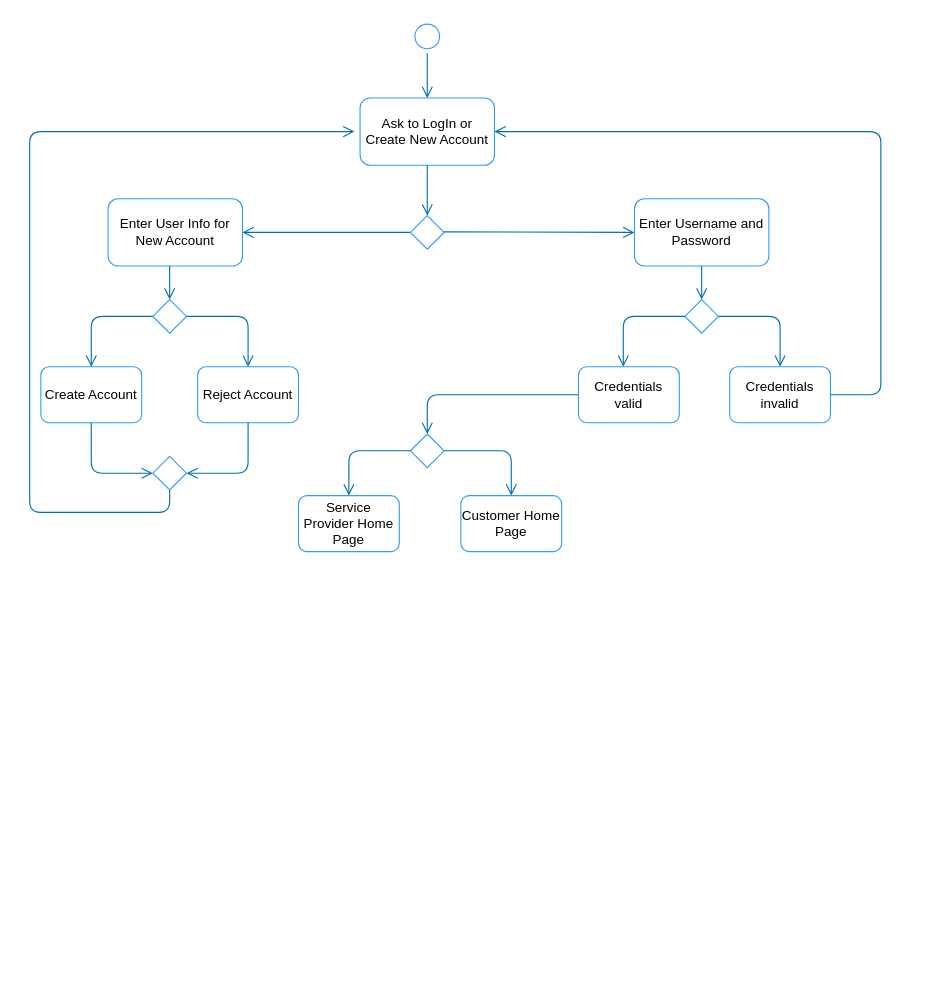
The draw.io diagram ActivityDia.drawio in schurch82/High-Five-Star, before the edit. Source tidied: cells renumbered, new cells numbered last; positions are measured from the earlier drawing's top-left corner, leaving out a move shared by most shapes. Both pictures are drawn from the tidied source at 112%, with x=0, y=0 at pixel (29, 19).
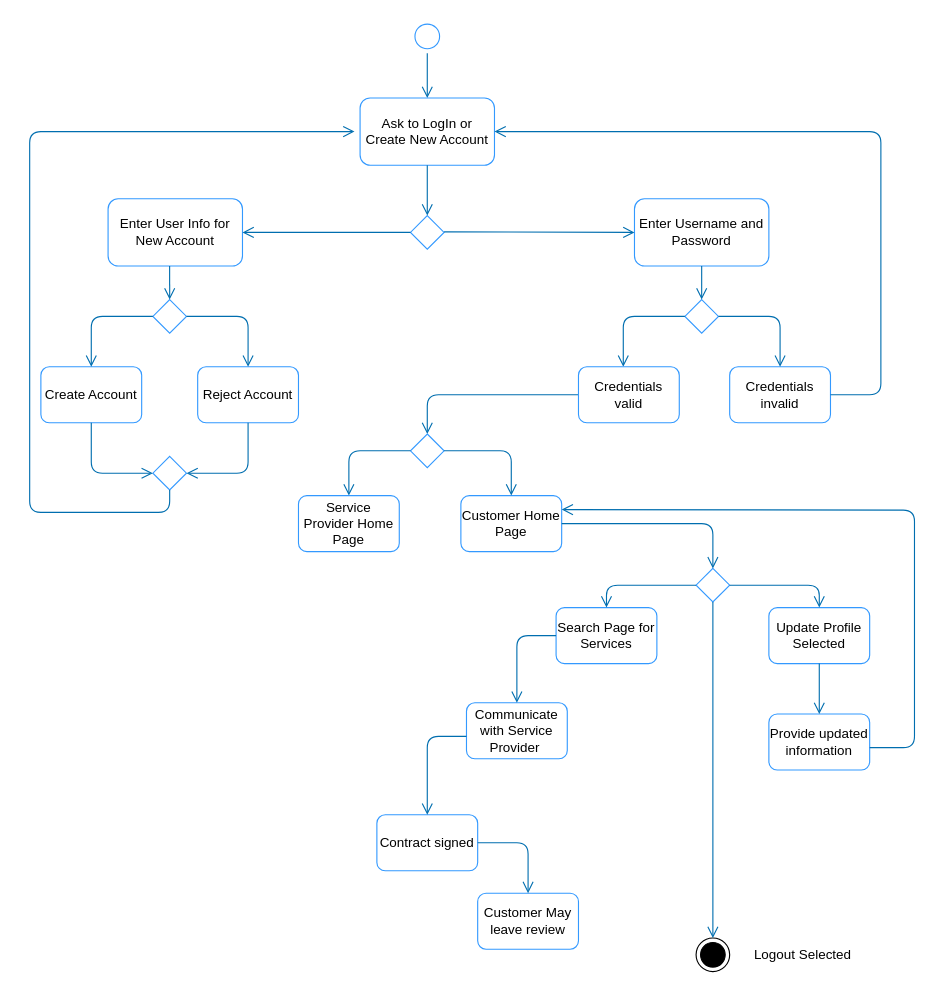
After the change.

Commit message:
Adds Customer activity flow

The change refers to these unchanged cells:
```xml
<mxCell id="30" value="Customer Home Page" style="rounded=1;whiteSpace=wrap;html=1;strokeColor=#3399FF;" parent="1" vertex="1">
  <mxGeometry x="385" y="425" width="90" height="50" as="geometry" />
</mxCell>
```

Change to the diagram source:
```diff
@@
+    <mxCell id="34" style="rhombus;strokeColor=#3399FF;" parent="1" vertex="1">
+      <mxGeometry x="595" y="490" width="30" height="30" as="geometry" />
+    </mxCell>
+    <mxCell id="35" style="endArrow=open;startArrow=none;endFill=0;startFill=0;endSize=8;html=1;verticalAlign=bottom;labelBackgroundColor=none;strokeWidth=1;fillColor=#1ba1e2;strokeColor=#006EAF;exitX=1;exitY=0.5;exitDx=0;exitDy=0;entryX=0.5;entryY=0;entryDx=0;entryDy=0;" parent="1" edge="1" source="30" target="34">
+      <mxGeometry relative="1" as="geometry">
+        <Array as="points">
+          <mxPoint x="610" y="450" />
+        </Array>
+      </mxGeometry>
+    </mxCell>
+    <mxCell id="36" value="Search Page for Services" style="rounded=1;whiteSpace=wrap;html=1;strokeColor=#3399FF;" parent="1" vertex="1">
+      <mxGeometry x="470" y="525" width="90" height="50" as="geometry" />
+    </mxCell>
+    <mxCell id="37" value="Communicate with Service Provider&amp;nbsp;" style="rounded=1;whiteSpace=wrap;html=1;strokeColor=#3399FF;" parent="1" vertex="1">
+      <mxGeometry x="390" y="610" width="90" height="50" as="geometry" />
+    </mxCell>
+    <mxCell id="38" value="Contract signed" style="rounded=1;whiteSpace=wrap;html=1;strokeColor=#3399FF;" parent="1" vertex="1">
+      <mxGeometry x="310" y="710" width="90" height="50" as="geometry" />
+    </mxCell>
+    <mxCell id="39" style="endArrow=open;startArrow=none;endFill=0;startFill=0;endSize=8;html=1;verticalAlign=bottom;labelBackgroundColor=none;strokeWidth=1;fillColor=#1ba1e2;strokeColor=#006EAF;exitX=0;exitY=0.5;exitDx=0;exitDy=0;entryX=0.5;entryY=0;entryDx=0;entryDy=0;" parent="1" edge="1" source="34" target="36">
+      <mxGeometry relative="1" as="geometry">
+        <Array as="points">
+          <mxPoint x="515" y="505" />
+        </Array>
+      </mxGeometry>
+    </mxCell>
+    <mxCell id="40" style="endArrow=open;startArrow=none;endFill=0;startFill=0;endSize=8;html=1;verticalAlign=bottom;labelBackgroundColor=none;strokeWidth=1;fillColor=#1ba1e2;strokeColor=#006EAF;entryX=0.5;entryY=0;entryDx=0;entryDy=0;exitX=0;exitY=0.5;exitDx=0;exitDy=0;" parent="1" edge="1" source="36" target="37">
+      <mxGeometry relative="1" as="geometry">
+        <Array as="points">
+          <mxPoint x="435" y="550" />
+        </Array>
+      </mxGeometry>
+    </mxCell>
+    <mxCell id="41" style="endArrow=open;startArrow=none;endFill=0;startFill=0;endSize=8;html=1;verticalAlign=bottom;labelBackgroundColor=none;strokeWidth=1;fillColor=#1ba1e2;strokeColor=#006EAF;exitX=0;exitY=0.5;exitDx=0;exitDy=0;entryX=0.5;entryY=0;entryDx=0;entryDy=0;" parent="1" edge="1" target="38">
+      <mxGeometry relative="1" as="geometry">
+        <mxPoint x="390" y="640" as="sourcePoint" />
+        <Array as="points">
+          <mxPoint x="355" y="640" />
+        </Array>
+      </mxGeometry>
+    </mxCell>
+    <mxCell id="42" value="Customer May leave review" style="rounded=1;whiteSpace=wrap;html=1;strokeColor=#3399FF;" parent="1" vertex="1">
+      <mxGeometry x="400" y="780" width="90" height="50" as="geometry" />
+    </mxCell>
+    <mxCell id="43" style="endArrow=open;startArrow=none;endFill=0;startFill=0;endSize=8;html=1;verticalAlign=bottom;labelBackgroundColor=none;strokeWidth=1;fillColor=#1ba1e2;strokeColor=#006EAF;exitX=1;exitY=0.5;exitDx=0;exitDy=0;" parent="1" edge="1" source="38" target="42">
+      <mxGeometry relative="1" as="geometry">
+        <Array as="points">
+          <mxPoint x="445" y="735" />
+        </Array>
+      </mxGeometry>
+    </mxCell>
+    <mxCell id="44" value="Update Profile Selected" style="rounded=1;whiteSpace=wrap;html=1;strokeColor=#3399FF;" parent="1" vertex="1">
+      <mxGeometry x="660" y="525" width="90" height="50" as="geometry" />
+    </mxCell>
+    <mxCell id="45" style="endArrow=open;startArrow=none;endFill=0;startFill=0;endSize=8;html=1;verticalAlign=bottom;labelBackgroundColor=none;strokeWidth=1;fillColor=#1ba1e2;strokeColor=#006EAF;exitX=1;exitY=0.5;exitDx=0;exitDy=0;entryX=0.5;entryY=0;entryDx=0;entryDy=0;" parent="1" edge="1" source="34" target="44">
+      <mxGeometry relative="1" as="geometry">
+        <Array as="points">
+          <mxPoint x="705" y="505" />
+        </Array>
+      </mxGeometry>
+    </mxCell>
+    <mxCell id="46" value="Provide updated information" style="rounded=1;whiteSpace=wrap;html=1;strokeColor=#3399FF;" parent="1" vertex="1">
+      <mxGeometry x="660" y="620" width="90" height="50" as="geometry" />
+    </mxCell>
+    <mxCell id="47" style="endArrow=open;startArrow=none;endFill=0;startFill=0;endSize=8;html=1;verticalAlign=bottom;labelBackgroundColor=none;strokeWidth=1;fillColor=#1ba1e2;strokeColor=#006EAF;exitX=0.5;exitY=1;exitDx=0;exitDy=0;entryX=0.5;entryY=0;entryDx=0;entryDy=0;" parent="1" edge="1" source="44" target="46">
+      <mxGeometry relative="1" as="geometry" />
+    </mxCell>
+    <mxCell id="48" style="endArrow=open;startArrow=none;endFill=0;startFill=0;endSize=8;html=1;verticalAlign=bottom;labelBackgroundColor=none;strokeWidth=1;fillColor=#1ba1e2;strokeColor=#006EAF;exitX=1;exitY=0.5;exitDx=0;exitDy=0;entryX=1;entryY=0.25;entryDx=0;entryDy=0;" parent="1" edge="1" target="30">
+      <mxGeometry relative="1" as="geometry">
+        <mxPoint x="750" y="650" as="sourcePoint" />
+        <Array as="points">
+          <mxPoint x="790" y="650" />
+          <mxPoint x="790" y="438" />
+        </Array>
+      </mxGeometry>
+    </mxCell>
+    <mxCell id="49" style="ellipse;html=1;shape=endState;fillColor=#000000;strokeColor=#000000;" parent="1" vertex="1">
+      <mxGeometry x="595" y="820" width="30" height="30" as="geometry" />
+    </mxCell>
+    <mxCell id="50" style="endArrow=open;startArrow=none;endFill=0;startFill=0;endSize=8;html=1;verticalAlign=bottom;labelBackgroundColor=none;strokeWidth=1;fillColor=#1ba1e2;strokeColor=#006EAF;exitX=0.5;exitY=1;exitDx=0;exitDy=0;entryX=0.5;entryY=0;entryDx=0;entryDy=0;" parent="1" edge="1" source="34" target="49">
+      <mxGeometry relative="1" as="geometry" />
+    </mxCell>
+    <mxCell id="51" value="Logout Selected" style="text;html=1;align=center;verticalAlign=middle;strokeColor=none;fillColor=none;" parent="1" vertex="1">
+      <mxGeometry x="640" y="825" width="100" height="20" as="geometry" />
+    </mxCell>
```
